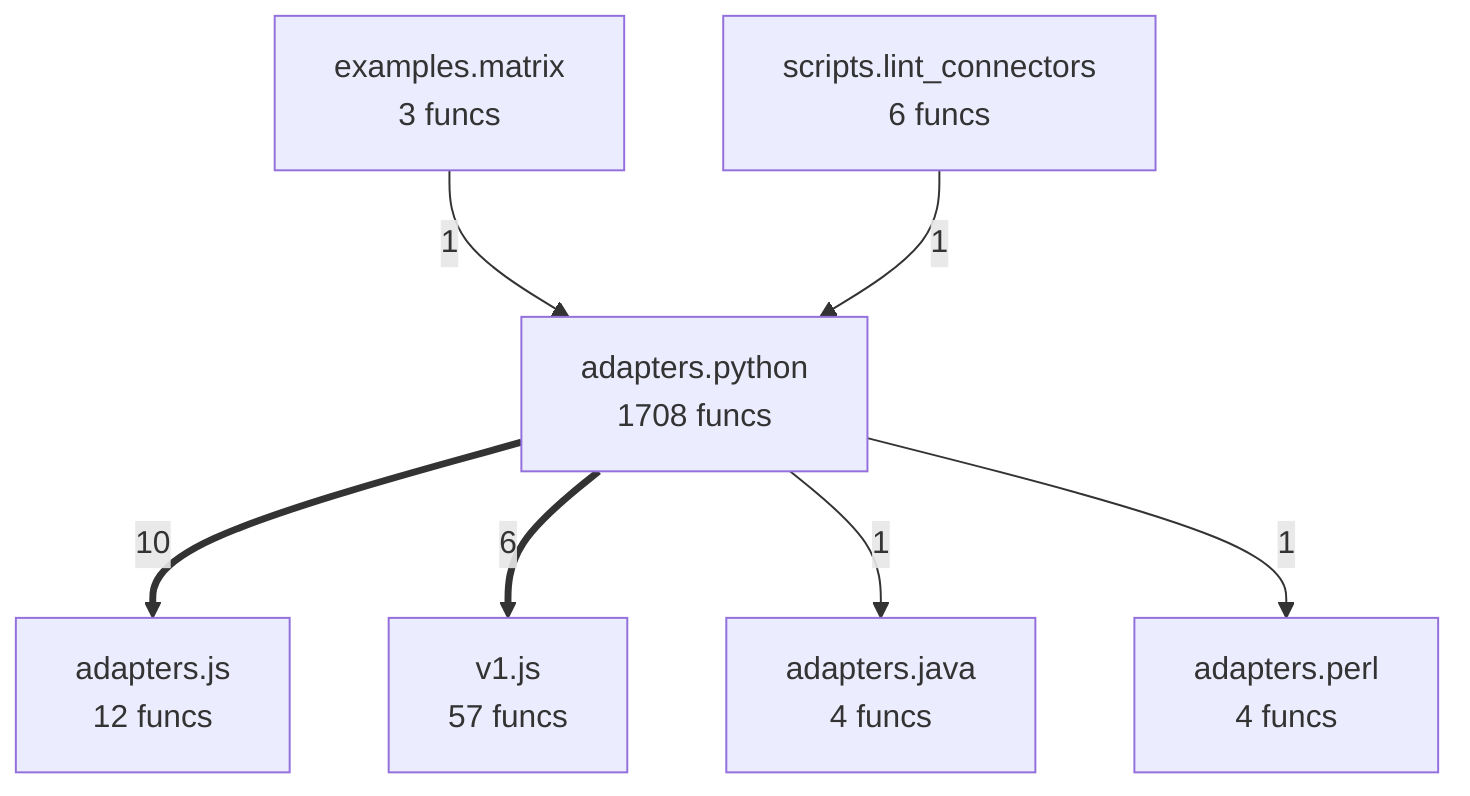
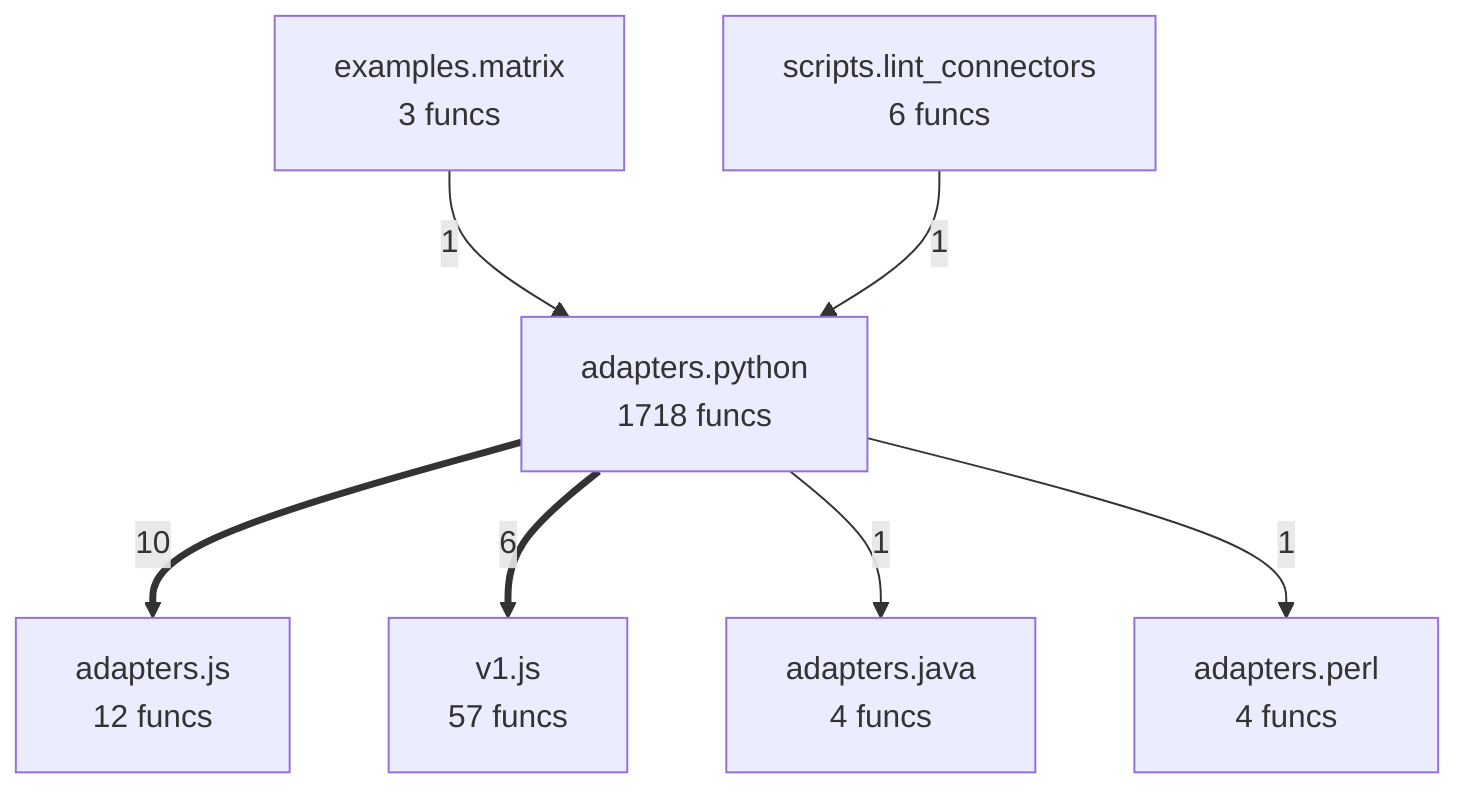
flowchart TD
- %% generated in 0.04s
+ %% generated in 0.21s
    adapters__java["adapters.java<br/>4 funcs"]
    adapters__js["adapters.js<br/>12 funcs"]
    adapters__perl["adapters.perl<br/>4 funcs"]
-     adapters__python["adapters.python<br/>1708 funcs"]
+     adapters__python["adapters.python<br/>1718 funcs"]
    examples__matrix["examples.matrix<br/>3 funcs"]
    scripts__lint_connectors["scripts.lint_connectors<br/>6 funcs"]
    v1__js["v1.js<br/>57 funcs"]
    adapters__python ==>|10| adapters__js
    adapters__python ==>|6| v1__js
    examples__matrix -->|1| adapters__python
    scripts__lint_connectors -->|1| adapters__python
    adapters__python -->|1| adapters__java
    adapters__python -->|1| adapters__perl
